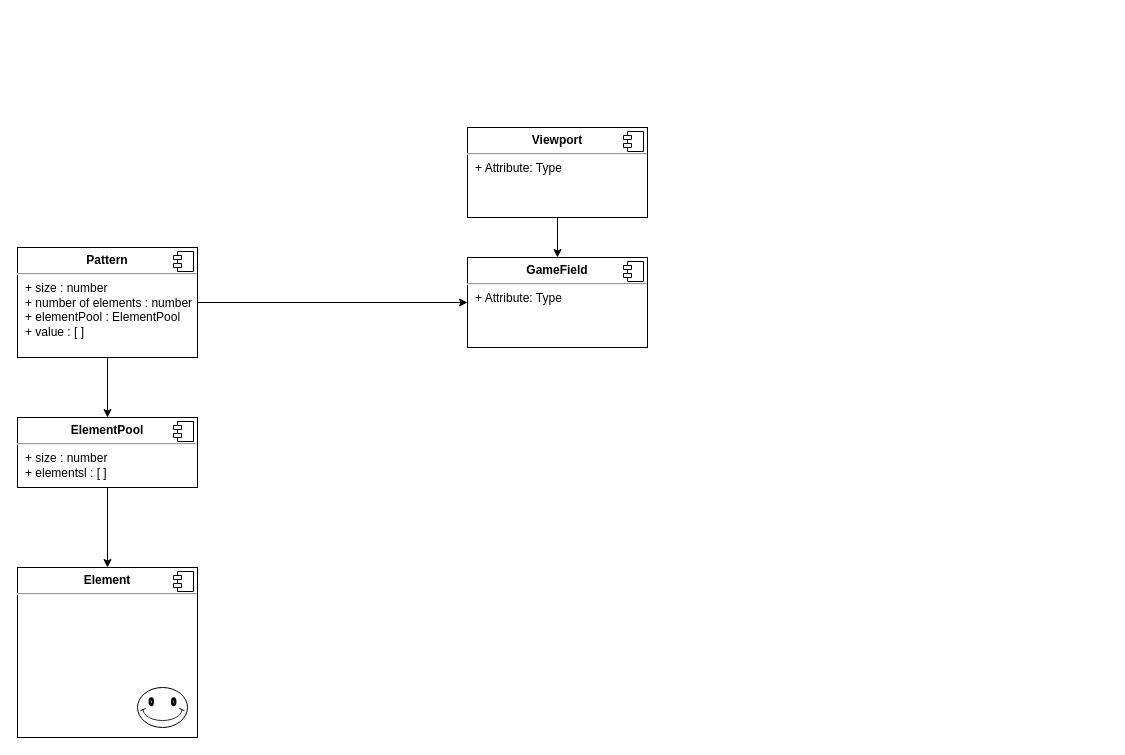
maddog1138/diagrams keeps this draw.io diagram as smallthingscount.drawio. Above is the earlier version. Source tidied: cells renumbered, new cells numbered last; positions are measured from the earlier drawing's top-left corner, leaving out a move shared by most shapes. Both pictures are drawn from the tidied source at 100%, with x=0, y=0 at pixel (17, 127).
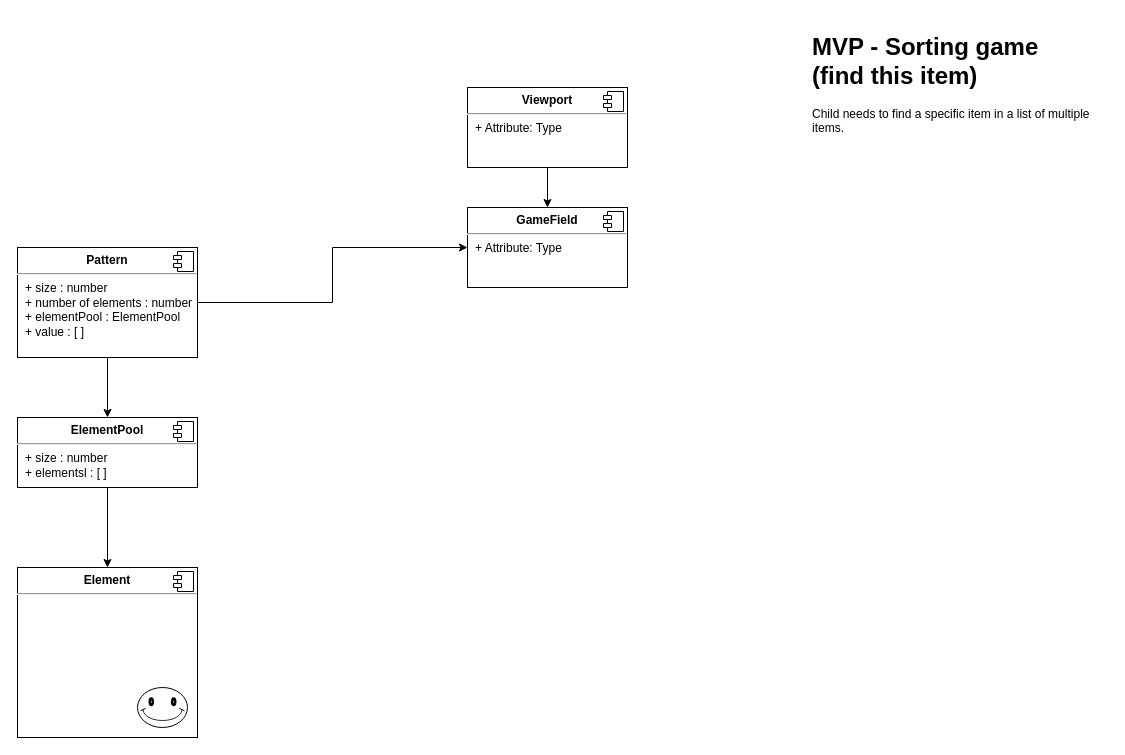
The same diagram, later.

The edit, as a diff of the source:
```diff
@@
     <mxCell id="13" value="&lt;p style=&quot;margin:0px;margin-top:6px;text-align:center;&quot;&gt;&lt;b&gt;Viewport&lt;/b&gt;&lt;/p&gt;&lt;hr&gt;&lt;p style=&quot;margin:0px;margin-left:8px;&quot;&gt;+ Attribute: Type&lt;/p&gt;" style="align=left;overflow=fill;html=1;whiteSpace=wrap;" parent="1" vertex="1">
-      <mxGeometry x="450" width="180" height="90" as="geometry" />
+      <mxGeometry x="450" y="-40" width="160" height="80" as="geometry" />
     </mxCell>
@@
     <mxCell id="15" value="&lt;p style=&quot;margin:0px;margin-top:6px;text-align:center;&quot;&gt;&lt;b&gt;GameField&lt;/b&gt;&lt;/p&gt;&lt;hr&gt;&lt;p style=&quot;margin:0px;margin-left:8px;&quot;&gt;+ Attribute: Type&lt;/p&gt;" style="align=left;overflow=fill;html=1;whiteSpace=wrap;" parent="1" vertex="1">
-      <mxGeometry x="450" y="130" width="180" height="90" as="geometry" />
+      <mxGeometry x="450" y="80" width="160" height="80" as="geometry" />
     </mxCell>
@@
+    <mxCell id="17" value="&lt;h1&gt;MVP - Sorting game &lt;br&gt;(find this item)&lt;br&gt;&lt;/h1&gt;&lt;p&gt;Child needs to find a specific item in a list of multiple items.&amp;nbsp; &lt;br&gt;&lt;/p&gt;" style="text;html=1;strokeColor=none;fillColor=none;spacing=5;spacingTop=-20;whiteSpace=wrap;overflow=hidden;rounded=0;" parent="1" vertex="1">
+      <mxGeometry x="790" y="-100" width="300" height="120" as="geometry" />
+    </mxCell>
```
